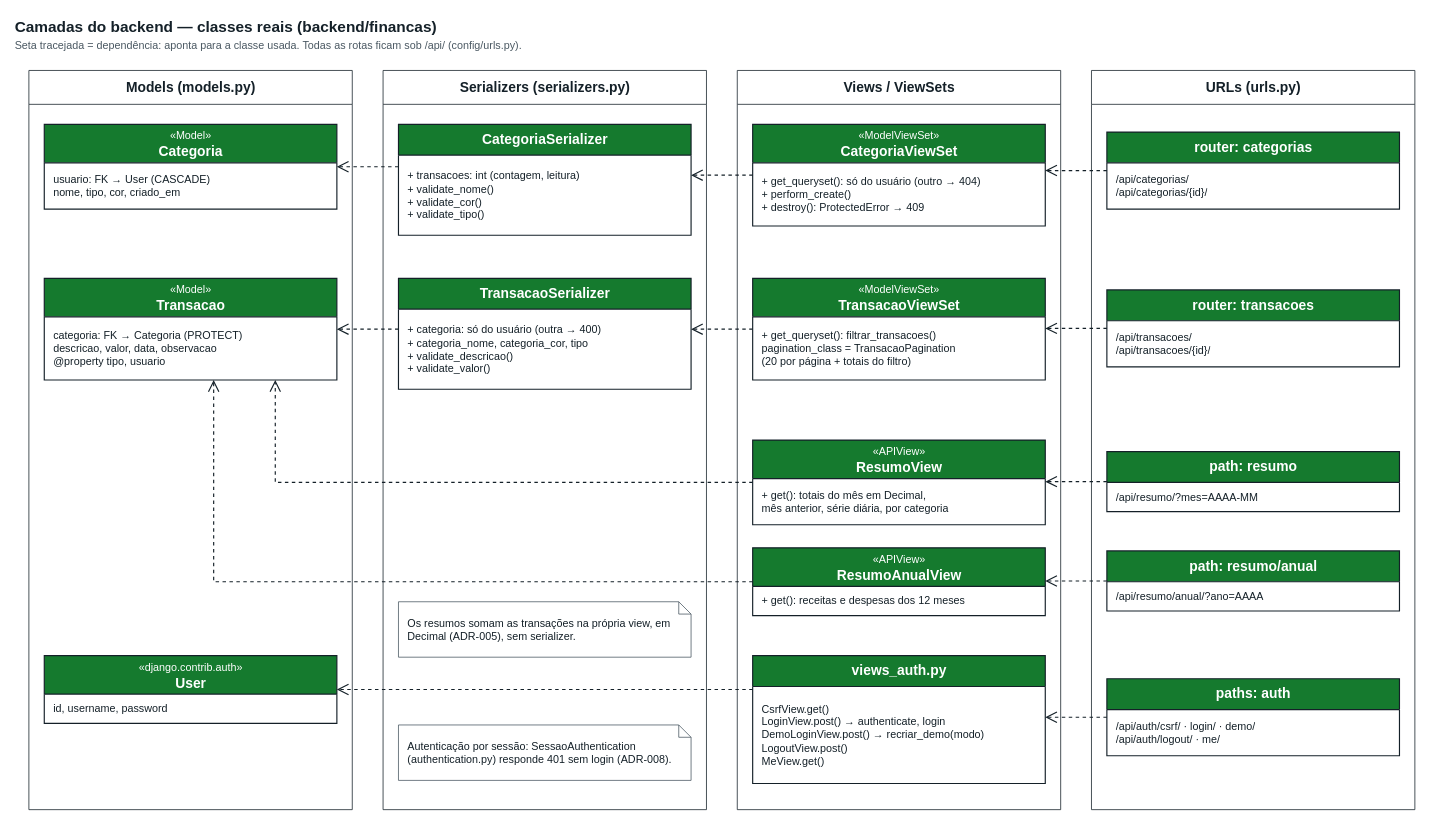
The draw.io diagram page "Camadas do backend" (2 of 2) of docs/diagramas/diagrama-de-classes.drawio in stfl-guilherme/ja-na-caixa, before the edit. Source tidied: cells renumbered, new cells numbered last; positions are measured from the earlier drawing's top-left corner, leaving out a move shared by most shapes. Both pictures are drawn from the tidied source at 77%, with x=0, y=0 at pixel (13, 13).
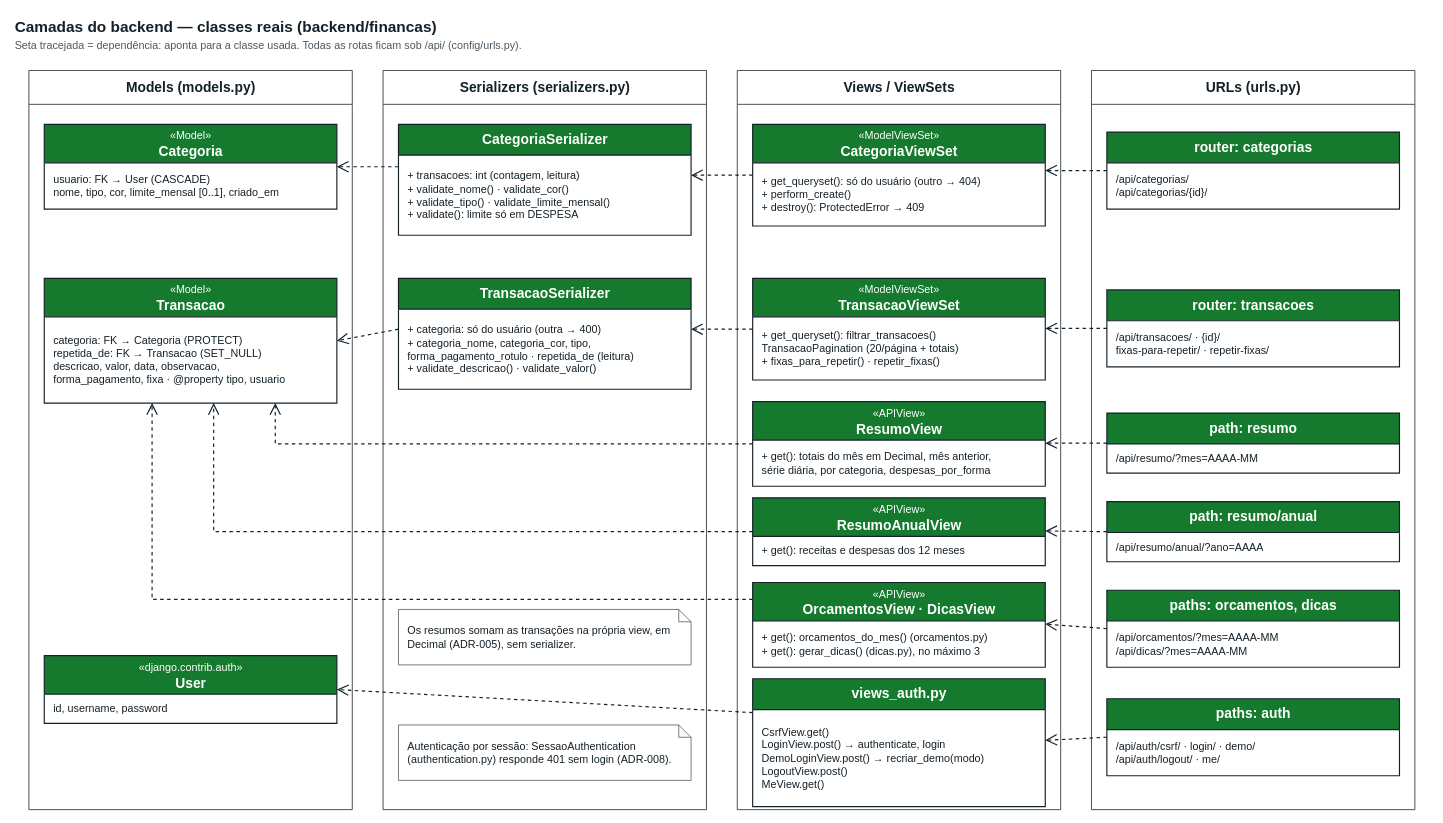
After the change.

Unchanged cells that the change refers to:
```xml
<mxCell id="4" value="Models (models.py)" style="swimlane;html=1;startSize=44;fillColor=#FFFFFF;swimlaneFillColor=#FFFFFF;fontColor=#142028;strokeColor=#142028;fontSize=18;fontStyle=1;" parent="1" vertex="1">
  <mxGeometry x="20" y="74" width="420" height="960" as="geometry" />
</mxCell>
<mxCell id="5" value="Serializers (serializers.py)" style="swimlane;html=1;startSize=44;fillColor=#FFFFFF;swimlaneFillColor=#FFFFFF;fontColor=#142028;strokeColor=#142028;fontSize=18;fontStyle=1;" parent="1" vertex="1">
  <mxGeometry x="480" y="74" width="420" height="960" as="geometry" />
</mxCell>
<mxCell id="6" value="Views / ViewSets" style="swimlane;html=1;startSize=44;fillColor=#FFFFFF;swimlaneFillColor=#FFFFFF;fontColor=#142028;strokeColor=#142028;fontSize=18;fontStyle=1;" parent="1" vertex="1">
  <mxGeometry x="940" y="74" width="420" height="960" as="geometry" />
</mxCell>
<mxCell id="7" value="URLs (urls.py)" style="swimlane;html=1;startSize=44;fillColor=#FFFFFF;swimlaneFillColor=#FFFFFF;fontColor=#142028;strokeColor=#142028;fontSize=18;fontStyle=1;" parent="1" vertex="1">
  <mxGeometry x="1400" y="74" width="420" height="960" as="geometry" />
</mxCell>
<mxCell id="8" value="&lt;span style=&quot;font-size:14px;font-weight:normal&quot;&gt;«Model»&lt;/span&gt;&lt;br&gt;Categoria" style="swimlane;html=1;fontStyle=1;align=center;verticalAlign=middle;horizontal=1;startSize=50;fillColor=#157A2E;fontColor=#FFFFFF;swimlaneFillColor=#FFFFFF;strokeColor=#142028;strokeWidth=1.5;fontSize=18;" parent="4" vertex="1">
  <mxGeometry x="20" y="70" width="380" height="110" as="geometry" />
</mxCell>
<mxCell id="10" value="CategoriaSerializer" style="swimlane;html=1;fontStyle=1;align=center;verticalAlign=middle;horizontal=1;startSize=40;fillColor=#157A2E;fontColor=#FFFFFF;swimlaneFillColor=#FFFFFF;strokeColor=#142028;strokeWidth=1.5;fontSize=18;" parent="5" vertex="1">
  <mxGeometry x="20" y="70" width="380" height="144" as="geometry" />
</mxCell>
<mxCell id="18" value="TransacaoSerializer" style="swimlane;html=1;fontStyle=1;align=center;verticalAlign=middle;horizontal=1;startSize=40;fillColor=#157A2E;fontColor=#FFFFFF;swimlaneFillColor=#FFFFFF;strokeColor=#142028;strokeWidth=1.5;fontSize=18;" parent="5" vertex="1">
  <mxGeometry x="20" y="270" width="380" height="144" as="geometry" />
</mxCell>
<mxCell id="20" value="&lt;span style=&quot;font-size:14px;font-weight:normal&quot;&gt;«ModelViewSet»&lt;/span&gt;&lt;br&gt;TransacaoViewSet" style="swimlane;html=1;fontStyle=1;align=center;verticalAlign=middle;horizontal=1;startSize=50;fillColor=#157A2E;fontColor=#FFFFFF;swimlaneFillColor=#FFFFFF;strokeColor=#142028;strokeWidth=1.5;fontSize=18;" parent="6" vertex="1">
  <mxGeometry x="20" y="270" width="380" height="132" as="geometry" />
</mxCell>
<mxCell id="22" value="router: transacoes" style="swimlane;html=1;fontStyle=1;align=center;verticalAlign=middle;horizontal=1;startSize=40;fillColor=#157A2E;fontColor=#FFFFFF;swimlaneFillColor=#FFFFFF;strokeColor=#142028;strokeWidth=1.5;fontSize=18;" parent="7" vertex="1">
  <mxGeometry x="20" y="285" width="380" height="100" as="geometry" />
</mxCell>
```

Diff of the diagram source:
```diff
@@
-    <mxCell id="9" value="usuario: FK → User (CASCADE)&lt;br&gt;nome, tipo, cor, criado_em" style="text;html=1;strokeColor=none;fillColor=none;align=left;verticalAlign=middle;spacingLeft=10;spacingRight=6;overflow=hidden;fontSize=14;fontColor=#142028;whiteSpace=wrap;" parent="8" vertex="1">
+    <mxCell id="9" value="usuario: FK → User (CASCADE)&lt;br&gt;nome, tipo, cor, limite_mensal [0..1], criado_em" style="text;html=1;strokeColor=none;fillColor=none;align=left;verticalAlign=middle;spacingLeft=10;spacingRight=6;overflow=hidden;fontSize=14;fontColor=#142028;whiteSpace=wrap;" parent="8" vertex="1">
       <mxGeometry y="50" width="380" height="60" as="geometry" />
     </mxCell>
@@
-    <mxCell id="11" value="+ transacoes: int (contagem, leitura)&lt;br&gt;+ validate_nome()&lt;br&gt;+ validate_cor()&lt;br&gt;+ validate_tipo()" style="text;html=1;strokeColor=none;fillColor=none;align=left;verticalAlign=middle;spacingLeft=10;spacingRight=6;overflow=hidden;fontSize=14;fontColor=#142028;whiteSpace=wrap;" parent="10" vertex="1">
+    <mxCell id="11" value="+ transacoes: int (contagem, leitura)&lt;br&gt;+ validate_nome() · validate_cor()&lt;br&gt;+ validate_tipo() · validate_limite_mensal()&lt;br&gt;+ validate(): limite só em DESPESA" style="text;html=1;strokeColor=none;fillColor=none;align=left;verticalAlign=middle;spacingLeft=10;spacingRight=6;overflow=hidden;fontSize=14;fontColor=#142028;whiteSpace=wrap;" parent="10" vertex="1">
       <mxGeometry y="40" width="380" height="104" as="geometry" />
     </mxCell>
@@
     <mxCell id="16" value="&lt;span style=&quot;font-size:14px;font-weight:normal&quot;&gt;«Model»&lt;/span&gt;&lt;br&gt;Transacao" style="swimlane;html=1;fontStyle=1;align=center;verticalAlign=middle;horizontal=1;startSize=50;fillColor=#157A2E;fontColor=#FFFFFF;swimlaneFillColor=#FFFFFF;strokeColor=#142028;strokeWidth=1.5;fontSize=18;" parent="4" vertex="1">
-      <mxGeometry x="20" y="270" width="380" height="132" as="geometry" />
+      <mxGeometry x="20" y="270" width="380" height="162" as="geometry" />
     </mxCell>
-    <mxCell id="17" value="categoria: FK → Categoria (PROTECT)&lt;br&gt;descricao, valor, data, observacao&lt;br&gt;@property tipo, usuario" style="text;html=1;strokeColor=none;fillColor=none;align=left;verticalAlign=middle;spacingLeft=10;spacingRight=6;overflow=hidden;fontSize=14;fontColor=#142028;whiteSpace=wrap;" parent="16" vertex="1">
-      <mxGeometry y="50" width="380" height="82" as="geometry" />
+    <mxCell id="17" value="categoria: FK → Categoria (PROTECT)&lt;br&gt;repetida_de: FK → Transacao (SET_NULL)&lt;br&gt;descricao, valor, data, observacao,&lt;br&gt;forma_pagamento, fixa · @property tipo, usuario" style="text;html=1;strokeColor=none;fillColor=none;align=left;verticalAlign=middle;spacingLeft=10;spacingRight=6;overflow=hidden;fontSize=14;fontColor=#142028;whiteSpace=wrap;" parent="16" vertex="1">
+      <mxGeometry y="50" width="380" height="112" as="geometry" />
     </mxCell>
@@
-    <mxCell id="19" value="+ categoria: só do usuário (outra → 400)&lt;br&gt;+ categoria_nome, categoria_cor, tipo&lt;br&gt;+ validate_descricao()&lt;br&gt;+ validate_valor()" style="text;html=1;strokeColor=none;fillColor=none;align=left;verticalAlign=middle;spacingLeft=10;spacingRight=6;overflow=hidden;fontSize=14;fontColor=#142028;whiteSpace=wrap;" parent="18" vertex="1">
+    <mxCell id="19" value="+ categoria: só do usuário (outra → 400)&lt;br&gt;+ categoria_nome, categoria_cor, tipo,&lt;br&gt;forma_pagamento_rotulo · repetida_de (leitura)&lt;br&gt;+ validate_descricao() · validate_valor()" style="text;html=1;strokeColor=none;fillColor=none;align=left;verticalAlign=middle;spacingLeft=10;spacingRight=6;overflow=hidden;fontSize=14;fontColor=#142028;whiteSpace=wrap;" parent="18" vertex="1">
       <mxGeometry y="40" width="380" height="104" as="geometry" />
     </mxCell>
@@
-    <mxCell id="21" value="+ get_queryset(): filtrar_transacoes()&lt;br&gt;pagination_class = TransacaoPagination&lt;br&gt;(20 por página + totais do filtro)" style="text;html=1;strokeColor=none;fillColor=none;align=left;verticalAlign=middle;spacingLeft=10;spacingRight=6;overflow=hidden;fontSize=14;fontColor=#142028;whiteSpace=wrap;" parent="20" vertex="1">
+    <mxCell id="21" value="+ get_queryset(): filtrar_transacoes()&lt;br&gt;TransacaoPagination (20/página + totais)&lt;br&gt;+ fixas_para_repetir() · repetir_fixas()" style="text;html=1;strokeColor=none;fillColor=none;align=left;verticalAlign=middle;spacingLeft=10;spacingRight=6;overflow=hidden;fontSize=14;fontColor=#142028;whiteSpace=wrap;" parent="20" vertex="1">
       <mxGeometry y="50" width="380" height="82" as="geometry" />
     </mxCell>
@@
-    <mxCell id="23" value="/api/transacoes/&lt;br&gt;/api/transacoes/{id}/" style="text;html=1;strokeColor=none;fillColor=none;align=left;verticalAlign=middle;spacingLeft=10;spacingRight=6;overflow=hidden;fontSize=14;fontColor=#142028;whiteSpace=wrap;" parent="22" vertex="1">
+    <mxCell id="23" value="/api/transacoes/  ·  {id}/&lt;br&gt;fixas-para-repetir/  ·  repetir-fixas/" style="text;html=1;strokeColor=none;fillColor=none;align=left;verticalAlign=middle;spacingLeft=10;spacingRight=6;overflow=hidden;fontSize=14;fontColor=#142028;whiteSpace=wrap;" parent="22" vertex="1">
       <mxGeometry y="40" width="380" height="60" as="geometry" />
     </mxCell>
     <mxCell id="24" value="&lt;span style=&quot;font-size:14px;font-weight:normal&quot;&gt;«APIView»&lt;/span&gt;&lt;br&gt;ResumoView" style="swimlane;html=1;fontStyle=1;align=center;verticalAlign=middle;horizontal=1;startSize=50;fillColor=#157A2E;fontColor=#FFFFFF;swimlaneFillColor=#FFFFFF;strokeColor=#142028;strokeWidth=1.5;fontSize=18;" parent="6" vertex="1">
-      <mxGeometry x="20" y="480" width="380" height="110" as="geometry" />
+      <mxGeometry x="20" y="430" width="380" height="110" as="geometry" />
     </mxCell>
-    <mxCell id="25" value="+ get(): totais do mês em Decimal,&lt;br&gt;mês anterior, série diária, por categoria" style="text;html=1;strokeColor=none;fillColor=none;align=left;verticalAlign=middle;spacingLeft=10;spacingRight=6;overflow=hidden;fontSize=14;fontColor=#142028;whiteSpace=wrap;" parent="24" vertex="1">
+    <mxCell id="25" value="+ get(): totais do mês em Decimal, mês anterior,&lt;br&gt;série diária, por categoria, despesas_por_forma" style="text;html=1;strokeColor=none;fillColor=none;align=left;verticalAlign=middle;spacingLeft=10;spacingRight=6;overflow=hidden;fontSize=14;fontColor=#142028;whiteSpace=wrap;" parent="24" vertex="1">
       <mxGeometry y="50" width="380" height="60" as="geometry" />
     </mxCell>
     <mxCell id="26" value="path: resumo" style="swimlane;html=1;fontStyle=1;align=center;verticalAlign=middle;horizontal=1;startSize=40;fillColor=#157A2E;fontColor=#FFFFFF;swimlaneFillColor=#FFFFFF;strokeColor=#142028;strokeWidth=1.5;fontSize=18;" parent="7" vertex="1">
-      <mxGeometry x="20" y="495" width="380" height="78" as="geometry" />
+      <mxGeometry x="20" y="445" width="380" height="78" as="geometry" />
     </mxCell>
@@
     <mxCell id="28" value="&lt;span style=&quot;font-size:14px;font-weight:normal&quot;&gt;«APIView»&lt;/span&gt;&lt;br&gt;ResumoAnualView" style="swimlane;html=1;fontStyle=1;align=center;verticalAlign=middle;horizontal=1;startSize=50;fillColor=#157A2E;fontColor=#FFFFFF;swimlaneFillColor=#FFFFFF;strokeColor=#142028;strokeWidth=1.5;fontSize=18;" parent="6" vertex="1">
-      <mxGeometry x="20" y="620" width="380" height="88" as="geometry" />
+      <mxGeometry x="20" y="555" width="380" height="88" as="geometry" />
     </mxCell>
@@
     <mxCell id="30" value="path: resumo/anual" style="swimlane;html=1;fontStyle=1;align=center;verticalAlign=middle;horizontal=1;startSize=40;fillColor=#157A2E;fontColor=#FFFFFF;swimlaneFillColor=#FFFFFF;strokeColor=#142028;strokeWidth=1.5;fontSize=18;" parent="7" vertex="1">
-      <mxGeometry x="20" y="624" width="380" height="78" as="geometry" />
+      <mxGeometry x="20" y="560" width="380" height="78" as="geometry" />
     </mxCell>
@@
     <mxCell id="34" value="views_auth.py" style="swimlane;html=1;fontStyle=1;align=center;verticalAlign=middle;horizontal=1;startSize=40;fillColor=#157A2E;fontColor=#FFFFFF;swimlaneFillColor=#FFFFFF;strokeColor=#142028;strokeWidth=1.5;fontSize=18;" parent="6" vertex="1">
-      <mxGeometry x="20" y="760" width="380" height="166" as="geometry" />
+      <mxGeometry x="20" y="790" width="380" height="166" as="geometry" />
     </mxCell>
@@
     <mxCell id="36" value="paths: auth" style="swimlane;html=1;fontStyle=1;align=center;verticalAlign=middle;horizontal=1;startSize=40;fillColor=#157A2E;fontColor=#FFFFFF;swimlaneFillColor=#FFFFFF;strokeColor=#142028;strokeWidth=1.5;fontSize=18;" parent="7" vertex="1">
-      <mxGeometry x="20" y="790" width="380" height="100" as="geometry" />
+      <mxGeometry x="20" y="816" width="380" height="100" as="geometry" />
     </mxCell>
@@
     <mxCell id="47" style="html=1;rounded=0;endArrow=open;endSize=12;dashed=1;strokeColor=#142028;strokeWidth=1.5;fontSize=14;fontColor=#142028;exitX=0;exitY=0.5;exitDx=0;exitDy=0;entryX=0.789474;entryY=1;entryDx=0;entryDy=0;" parent="1" edge="1" source="24" target="16">
       <mxGeometry relative="1" as="geometry">
         <Array as="points">
-          <mxPoint x="340" y="609" />
+          <mxPoint x="340" y="559" />
         </Array>
       </mxGeometry>
     </mxCell>
     <mxCell id="48" style="html=1;rounded=0;endArrow=open;endSize=12;dashed=1;strokeColor=#142028;strokeWidth=1.5;fontSize=14;fontColor=#142028;exitX=0;exitY=0.5;exitDx=0;exitDy=0;entryX=0.578947;entryY=1;entryDx=0;entryDy=0;" parent="1" edge="1" source="28" target="16">
       <mxGeometry relative="1" as="geometry">
         <Array as="points">
-          <mxPoint x="260" y="738" />
+          <mxPoint x="260" y="673" />
         </Array>
       </mxGeometry>
     </mxCell>
@@
     <mxCell id="50" value="Os resumos somam as transações na própria view, em Decimal (ADR-005), sem serializer." style="shape=note;size=16;whiteSpace=wrap;html=1;fillColor=#FFFFFF;strokeColor=#4A5862;fontSize=14;fontColor=#142028;align=left;verticalAlign=middle;spacingLeft=10;spacingRight=12;" parent="5" vertex="1">
-      <mxGeometry x="20" y="690" width="380" height="72" as="geometry" />
+      <mxGeometry x="20" y="700" width="380" height="72" as="geometry" />
     </mxCell>
@@
+    <mxCell id="52" value="&lt;span style=&quot;font-size:14px;font-weight:normal&quot;&gt;«APIView»&lt;/span&gt;&lt;br&gt;OrcamentosView · DicasView" style="swimlane;html=1;fontStyle=1;align=center;verticalAlign=middle;horizontal=1;startSize=50;fillColor=#157A2E;fontColor=#FFFFFF;swimlaneFillColor=#FFFFFF;strokeColor=#142028;strokeWidth=1.5;fontSize=18;" parent="6" vertex="1">
+      <mxGeometry x="20" y="665" width="380" height="110" as="geometry" />
+    </mxCell>
+    <mxCell id="53" value="+ get(): orcamentos_do_mes() (orcamentos.py)&lt;br&gt;+ get(): gerar_dicas() (dicas.py), no máximo 3" style="text;html=1;strokeColor=none;fillColor=none;align=left;verticalAlign=middle;spacingLeft=10;spacingRight=6;overflow=hidden;fontSize=14;fontColor=#142028;whiteSpace=wrap;" parent="52" vertex="1">
+      <mxGeometry y="50" width="380" height="60" as="geometry" />
+    </mxCell>
+    <mxCell id="54" value="paths: orcamentos, dicas" style="swimlane;html=1;fontStyle=1;align=center;verticalAlign=middle;horizontal=1;startSize=40;fillColor=#157A2E;fontColor=#FFFFFF;swimlaneFillColor=#FFFFFF;strokeColor=#142028;strokeWidth=1.5;fontSize=18;" parent="7" vertex="1">
+      <mxGeometry x="20" y="675" width="380" height="100" as="geometry" />
+    </mxCell>
+    <mxCell id="55" value="/api/orcamentos/?mes=AAAA-MM&lt;br&gt;/api/dicas/?mes=AAAA-MM" style="text;html=1;strokeColor=none;fillColor=none;align=left;verticalAlign=middle;spacingLeft=10;spacingRight=6;overflow=hidden;fontSize=14;fontColor=#142028;whiteSpace=wrap;" parent="54" vertex="1">
+      <mxGeometry y="40" width="380" height="60" as="geometry" />
+    </mxCell>
+    <mxCell id="56" style="html=1;rounded=0;endArrow=open;endSize=12;dashed=1;strokeColor=#142028;strokeWidth=1.5;fontSize=14;fontColor=#142028;exitX=0;exitY=0.5;exitDx=0;exitDy=0;entryX=1;entryY=0.490909;entryDx=0;entryDy=0;" parent="1" edge="1" source="54" target="52">
+      <mxGeometry relative="1" as="geometry" />
+    </mxCell>
+    <mxCell id="57" style="html=1;rounded=0;endArrow=open;endSize=12;dashed=1;strokeColor=#142028;strokeWidth=1.5;fontSize=14;fontColor=#142028;exitX=0;exitY=0.2;exitDx=0;exitDy=0;entryX=0.368421;entryY=1;entryDx=0;entryDy=0;" parent="1" edge="1" source="52" target="16">
+      <mxGeometry relative="1" as="geometry">
+        <Array as="points">
+          <mxPoint x="180" y="761" />
+        </Array>
+      </mxGeometry>
+    </mxCell>
```
